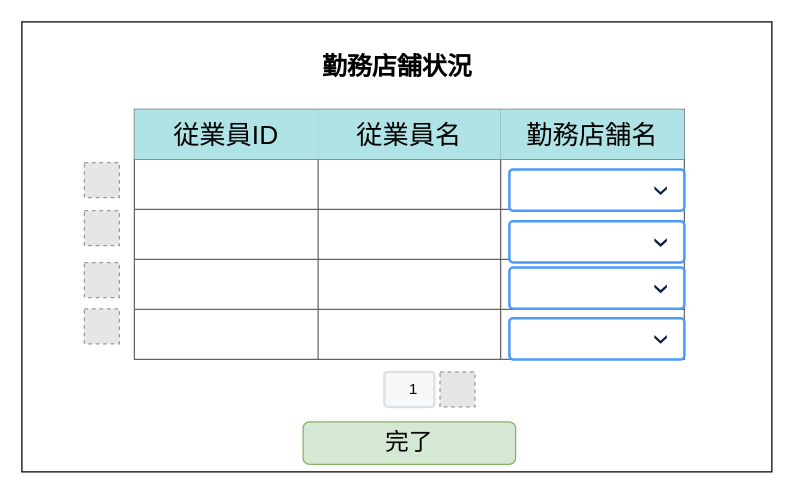
HaruShim/Sotuken keeps this draw.io diagram as 各種設計書/6.画面設計書/S14_勤務状況編集.drawio. Above is the earlier version. Source tidied: cells renumbered, new cells numbered last; positions are measured from the earlier drawing's top-left corner, leaving out a move shared by most shapes. Both pictures are drawn from the tidied source at 125%, with x=0, y=0 at pixel (21, 21). Pictures stored in the file or linked from it are replaced by grey dashed boxes.
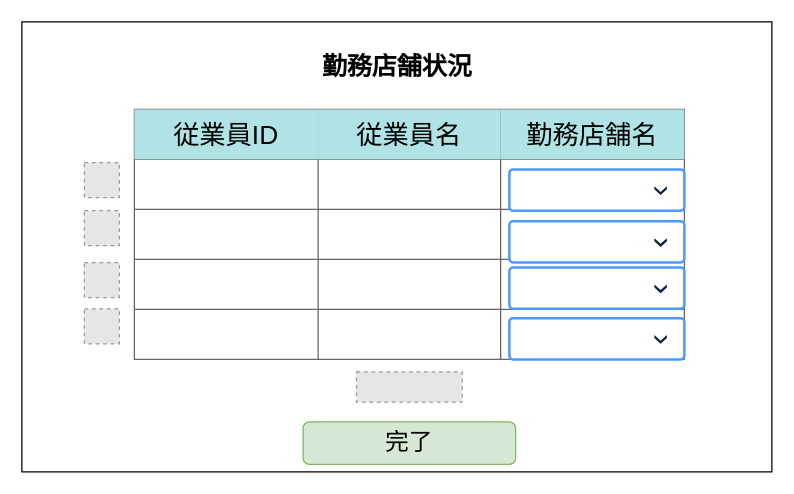
The same page after the edit.

Diff of the diagram source:
```diff
@@
-    <mxCell id="9" style="fillColor=#E6E6E6;strokeColor=#999999;dashed=1;html=1;verticalAlign=top;verticalLabelPosition=bottom;labelBackgroundColor=#ffffff;fontSize=19;" parent="1" vertex="1">
-      <mxGeometry x="334.5" y="280" width="28" height="28" as="geometry" />
-    </mxCell>
-    <mxCell id="10" value="1" style="rounded=1;arcSize=9;fillColor=#F7F8F9;align=center;spacingLeft=5;strokeColor=#DEE1E6;html=1;strokeWidth=2;fontSize=12;" parent="1" vertex="1">
-      <mxGeometry x="290" y="280" width="40" height="28" as="geometry" />
-    </mxCell>
@@
+    <mxCell id="42" style="fillColor=#E6E6E6;strokeColor=#999999;dashed=1;verticalLabelPosition=bottom;labelBackgroundColor=#ffffff;verticalAlign=top;" parent="1" vertex="1">
+      <mxGeometry x="267.7" y="280" width="84.6" height="24.1" as="geometry" />
+    </mxCell>
```
